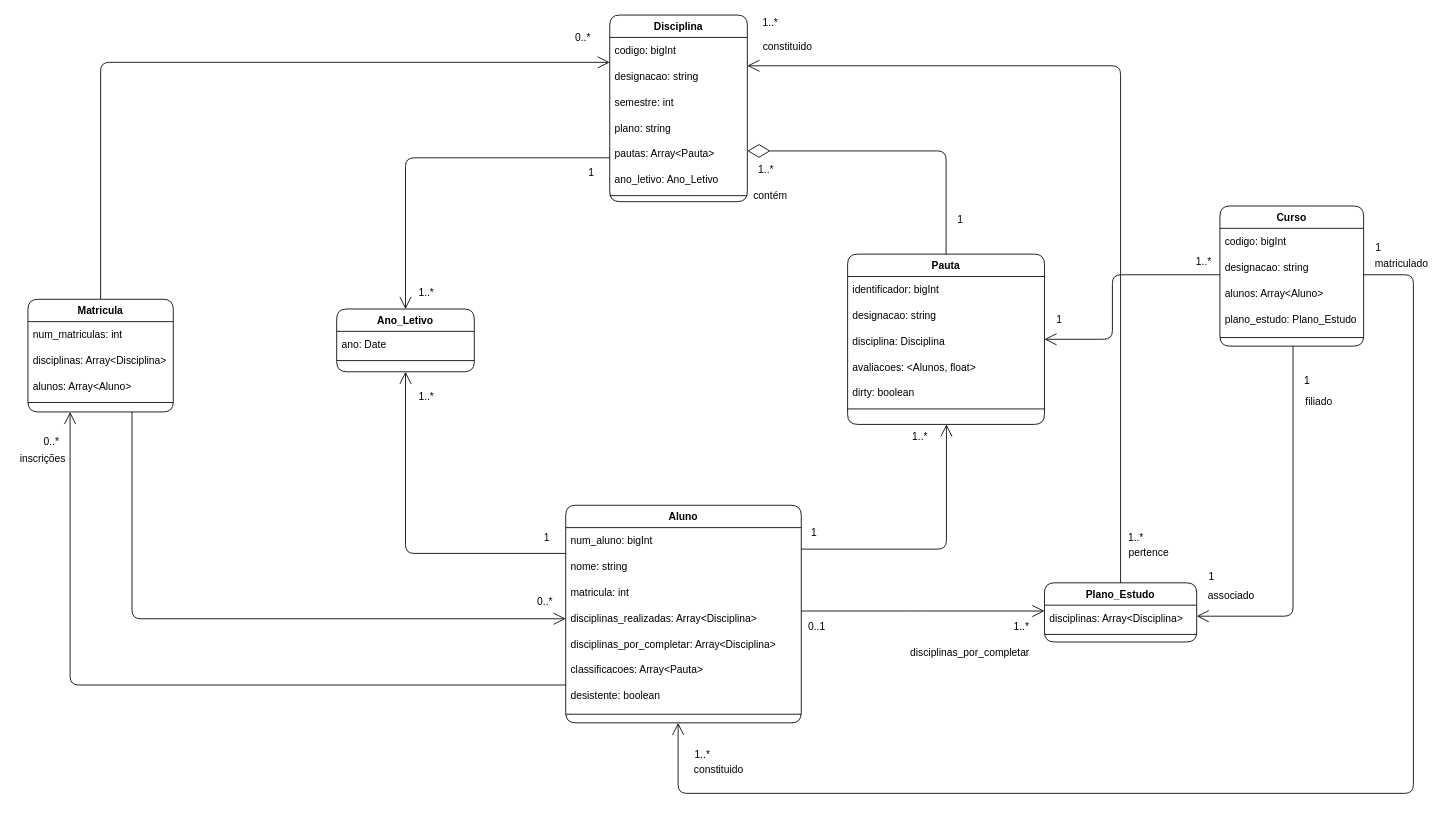
ruimpcastro/pweb2022 keeps this draw.io diagram as page "Domain" (1 of 2) of Docs/Diagrams.drawio. Above is the earlier version. Source tidied: cells renumbered, new cells numbered last; positions are measured from the earlier drawing's top-left corner, leaving out a move shared by most shapes. Both pictures are drawn from the tidied source at 86%, with x=0, y=0 at pixel (15, 15).
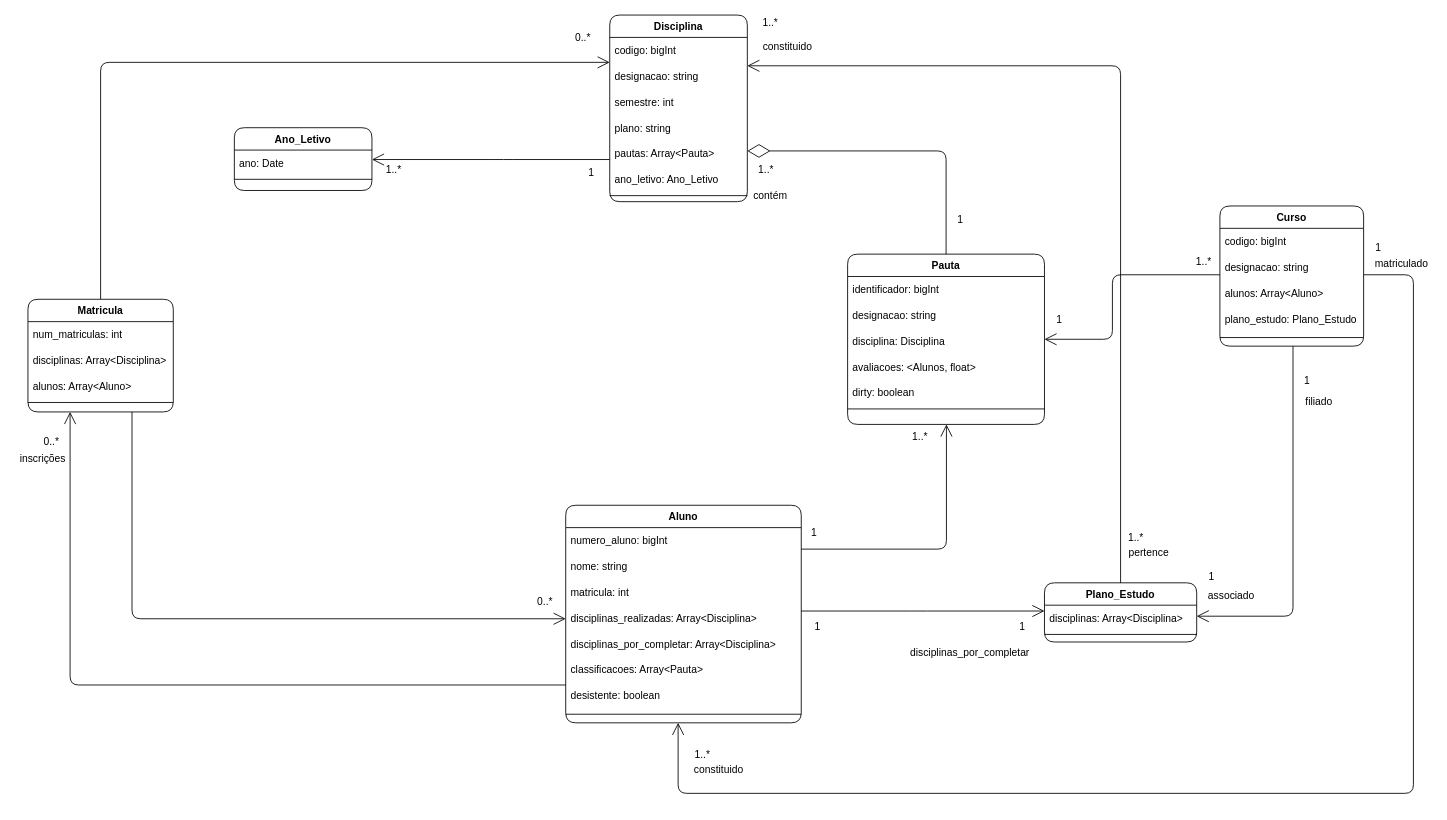
The same diagram, later.

Unchanged cells that the change refers to:
```xml
<mxCell id="2" value="Aluno" style="swimlane;fontStyle=1;align=center;verticalAlign=top;horizontal=1;startSize=26;shadow=0;strokeWidth=1;rounded=1;" parent="1" vertex="1">
  <mxGeometry x="640.3" y="570" width="273.9" height="253" as="geometry" />
</mxCell>
<mxCell id="11" value="Disciplina" style="swimlane;fontStyle=1;align=center;verticalAlign=top;horizontal=1;startSize=26;shadow=0;strokeWidth=1;rounded=1;" parent="1" vertex="1">
  <mxGeometry x="691.5" width="160" height="217" as="geometry" />
</mxCell>
```

Change to the diagram source:
```diff
@@
-    <mxCell id="3" value="num_aluno: bigInt" style="text;strokeColor=none;fillColor=none;align=left;verticalAlign=middle;spacingLeft=4;spacingRight=4;overflow=hidden;rounded=1;" parent="2" vertex="1">
+    <mxCell id="3" value="numero_aluno: bigInt" style="text;strokeColor=none;fillColor=none;align=left;verticalAlign=middle;spacingLeft=4;spacingRight=4;overflow=hidden;rounded=1;" parent="2" vertex="1">
       <mxGeometry y="26" width="273.9" height="30" as="geometry" />
     </mxCell>
@@
-    <mxCell id="57" value="1..*" style="text;html=1;align=center;verticalAlign=middle;strokeColor=none;fillColor=none;" parent="1" vertex="1">
-      <mxGeometry x="1156" y="702.2" width="28" height="18" as="geometry" />
+    <mxCell id="57" value="1" style="text;html=1;align=center;verticalAlign=middle;strokeColor=none;fillColor=none;" parent="1" vertex="1">
+      <mxGeometry x="1162" y="702.2" width="17" height="18" as="geometry" />
     </mxCell>
@@
-    <mxCell id="75" value="0..1" style="text;html=1;align=center;verticalAlign=middle;strokeColor=none;fillColor=none;fontColor=default;" parent="1" vertex="1">
-      <mxGeometry x="917" y="702.2" width="30" height="18" as="geometry" />
+    <mxCell id="75" value="1" style="text;html=1;align=center;verticalAlign=middle;strokeColor=none;fillColor=none;fontColor=default;" parent="1" vertex="1">
+      <mxGeometry x="924" y="702.2" width="17" height="18" as="geometry" />
     </mxCell>
     <mxCell id="76" value="Ano_Letivo" style="swimlane;fontStyle=1;align=center;verticalAlign=top;horizontal=1;startSize=26;shadow=0;strokeWidth=1;rounded=1;" parent="1" vertex="1">
-      <mxGeometry x="374" y="341.8" width="160" height="73" as="geometry" />
+      <mxGeometry x="255" y="131" width="160" height="73" as="geometry" />
     </mxCell>
@@
-    <mxCell id="79" style="endArrow=open;endFill=1;endSize=12;html=1;rounded=1;edgeStyle=orthogonalEdgeStyle;" parent="1" edge="1" source="2" target="76">
-      <mxGeometry relative="1" as="geometry">
-        <Array as="points">
-          <mxPoint x="454" y="626" />
-        </Array>
-      </mxGeometry>
-    </mxCell>
     <mxCell id="80" style="endArrow=open;endFill=1;endSize=12;html=1;rounded=1;edgeStyle=orthogonalEdgeStyle;" parent="1" edge="1" source="11" target="76">
       <mxGeometry relative="1" as="geometry">
         <Array as="points">
-          <mxPoint x="454" y="166" />
+          <mxPoint x="568" y="168" />
+          <mxPoint x="568" y="168" />
         </Array>
       </mxGeometry>
     </mxCell>
-    <mxCell id="81" value="1..*" style="text;html=1;align=center;verticalAlign=middle;strokeColor=none;fillColor=none;" parent="1" vertex="1">
-      <mxGeometry x="463.5" y="434.8" width="28" height="18" as="geometry" />
-    </mxCell>
-    <mxCell id="82" value="1" style="text;html=1;align=center;verticalAlign=middle;strokeColor=none;fillColor=none;" parent="1" vertex="1">
-      <mxGeometry x="609" y="599" width="17" height="18" as="geometry" />
-    </mxCell>
@@
     <mxCell id="84" value="1..*" style="text;html=1;align=center;verticalAlign=middle;strokeColor=none;fillColor=none;" parent="1" vertex="1">
-      <mxGeometry x="464" y="314.2" width="28" height="18" as="geometry" />
+      <mxGeometry x="426" y="171" width="28" height="18" as="geometry" />
     </mxCell>
```
